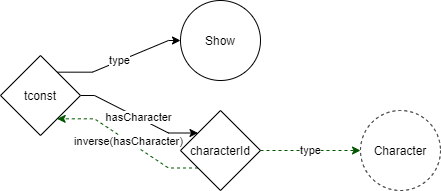
Before: ontology/images/inferences/character.png, a diagram exported from draw.io (AlexHoorn/MovieLocationsOntology). Source tidied: cells renumbered, new cells last; positions are measured from the earlier drawing's top-left corner, leaving out a move shared by most shapes. Source of this version:
```xml
<mxGraphModel>
  <root>
    <mxCell id="0" />
    <mxCell id="1" parent="0" />
    <mxCell id="2" value="Show" style="ellipse;whiteSpace=wrap;html=1;" parent="1" vertex="1">
      <mxGeometry x="180" width="80" height="80" as="geometry" />
    </mxCell>
    <mxCell id="3" value="type" style="edgeStyle=orthogonalEdgeStyle;rounded=0;jettySize=auto;html=1;noEdgeStyle=1;orthogonal=1;strokeWidth=1;" parent="1" edge="1" source="5" target="2">
      <mxGeometry relative="1" as="geometry">
        <Array as="points">
          <mxPoint x="92" y="71.7" />
          <mxPoint x="168" y="40" />
        </Array>
      </mxGeometry>
    </mxCell>
    <mxCell id="4" value="hasCharacter" style="edgeStyle=orthogonalEdgeStyle;rounded=0;jettySize=auto;html=1;noEdgeStyle=1;orthogonal=1;strokeWidth=1;" parent="1" edge="1" source="5" target="8">
      <mxGeometry relative="1" as="geometry">
        <Array as="points">
          <mxPoint x="94" y="95" />
          <mxPoint x="168" y="132.5" />
        </Array>
      </mxGeometry>
    </mxCell>
    <mxCell id="5" value="tconst" style="rhombus;whiteSpace=wrap;html=1;" parent="1" vertex="1">
      <mxGeometry y="55" width="80" height="80" as="geometry" />
    </mxCell>
    <mxCell id="6" value="type" style="edgeStyle=orthogonalEdgeStyle;rounded=0;jettySize=auto;html=1;strokeWidth=1;noEdgeStyle=1;orthogonal=1;fillColor=#008a00;strokeColor=#005700;dashed=1;" parent="1" edge="1" source="8" target="9">
      <mxGeometry relative="1" as="geometry">
        <Array as="points">
          <mxPoint x="272" y="150" />
          <mxPoint x="348" y="150" />
        </Array>
      </mxGeometry>
    </mxCell>
    <mxCell id="7" value="inverse(hasCharacter)" style="edgeStyle=orthogonalEdgeStyle;rounded=0;jettySize=auto;html=1;strokeWidth=1;noEdgeStyle=1;orthogonal=1;dashed=1;fillColor=#008a00;strokeColor=#005700;" parent="1" edge="1" source="8" target="5">
      <mxGeometry relative="1" as="geometry">
        <Array as="points">
          <mxPoint x="168" y="167.5" />
          <mxPoint x="94" y="118.3" />
        </Array>
      </mxGeometry>
    </mxCell>
    <mxCell id="8" value="characterId" style="rhombus;whiteSpace=wrap;html=1;" parent="1" vertex="1">
      <mxGeometry x="180" y="110" width="80" height="80" as="geometry" />
    </mxCell>
    <mxCell id="9" value="Character" style="ellipse;whiteSpace=wrap;html=1;dashed=1;" parent="1" vertex="1">
      <mxGeometry x="360" y="110" width="80" height="80" as="geometry" />
    </mxCell>
  </root>
</mxGraphModel>
```
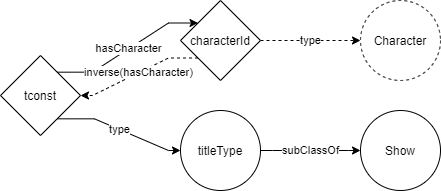
After the change.

Diff of the diagram source:
```diff
@@ -2,49 +2,60 @@
   <root>
     <mxCell id="0" />
     <mxCell id="1" parent="0" />
-    <mxCell id="2" value="Show" style="ellipse;whiteSpace=wrap;html=1;" parent="1" vertex="1">
-      <mxGeometry x="180" width="80" height="80" as="geometry" />
-    </mxCell>
-    <mxCell id="3" value="type" style="edgeStyle=orthogonalEdgeStyle;rounded=0;jettySize=auto;html=1;noEdgeStyle=1;orthogonal=1;strokeWidth=1;" parent="1" edge="1" source="5" target="2">
-      <mxGeometry relative="1" as="geometry">
-        <Array as="points">
-          <mxPoint x="92" y="71.7" />
-          <mxPoint x="168" y="40" />
-        </Array>
-      </mxGeometry>
-    </mxCell>
-    <mxCell id="4" value="hasCharacter" style="edgeStyle=orthogonalEdgeStyle;rounded=0;jettySize=auto;html=1;noEdgeStyle=1;orthogonal=1;strokeWidth=1;" parent="1" edge="1" source="5" target="8">
+    <mxCell id="4" value="hasCharacter" style="edgeStyle=orthogonalEdgeStyle;rounded=0;jettySize=auto;html=1;noEdgeStyle=1;orthogonal=1;" parent="1" edge="1" source="5" target="8">
       <mxGeometry relative="1" as="geometry">
         <Array as="points">
-          <mxPoint x="94" y="95" />
-          <mxPoint x="168" y="132.5" />
+          <mxPoint x="92" y="-103.3" />
+          <mxPoint x="168" y="-152.5" />
         </Array>
       </mxGeometry>
     </mxCell>
+    <mxCell id="10" value="type" style="edgeStyle=orthogonalEdgeStyle;rounded=0;jettySize=auto;html=1;noEdgeStyle=1;orthogonal=1;" parent="1" edge="1" source="5" target="12">
+      <mxGeometry relative="1" as="geometry">
+        <Array as="points">
+          <mxPoint x="94" y="-56.7" />
+          <mxPoint x="168" y="-25" />
+        </Array>
+      </mxGeometry>
+    </mxCell>
     <mxCell id="5" value="tconst" style="rhombus;whiteSpace=wrap;html=1;" parent="1" vertex="1">
-      <mxGeometry y="55" width="80" height="80" as="geometry" />
+      <mxGeometry y="-120" width="80" height="80" as="geometry" />
     </mxCell>
-    <mxCell id="6" value="type" style="edgeStyle=orthogonalEdgeStyle;rounded=0;jettySize=auto;html=1;strokeWidth=1;noEdgeStyle=1;orthogonal=1;fillColor=#008a00;strokeColor=#005700;dashed=1;" parent="1" edge="1" source="8" target="9">
+    <mxCell id="6" value="type" style="edgeStyle=orthogonalEdgeStyle;rounded=0;jettySize=auto;html=1;dashed=1;noEdgeStyle=1;orthogonal=1;" parent="1" edge="1" source="8" target="9">
       <mxGeometry relative="1" as="geometry">
         <Array as="points">
-          <mxPoint x="272" y="150" />
-          <mxPoint x="348" y="150" />
+          <mxPoint x="272" y="-135" />
+          <mxPoint x="348" y="-135" />
         </Array>
       </mxGeometry>
     </mxCell>
-    <mxCell id="7" value="inverse(hasCharacter)" style="edgeStyle=orthogonalEdgeStyle;rounded=0;jettySize=auto;html=1;strokeWidth=1;noEdgeStyle=1;orthogonal=1;dashed=1;fillColor=#008a00;strokeColor=#005700;" parent="1" edge="1" source="8" target="5">
+    <mxCell id="7" value="inverse(hasCharacter)" style="edgeStyle=orthogonalEdgeStyle;rounded=0;jettySize=auto;html=1;dashed=1;noEdgeStyle=1;orthogonal=1;" parent="1" edge="1" source="8" target="5">
       <mxGeometry relative="1" as="geometry">
         <Array as="points">
-          <mxPoint x="168" y="167.5" />
-          <mxPoint x="94" y="118.3" />
+          <mxPoint x="168" y="-117.5" />
+          <mxPoint x="92" y="-80" />
         </Array>
       </mxGeometry>
     </mxCell>
     <mxCell id="8" value="characterId" style="rhombus;whiteSpace=wrap;html=1;" parent="1" vertex="1">
-      <mxGeometry x="180" y="110" width="80" height="80" as="geometry" />
+      <mxGeometry x="180" y="-175" width="80" height="80" as="geometry" />
     </mxCell>
     <mxCell id="9" value="Character" style="ellipse;whiteSpace=wrap;html=1;dashed=1;" parent="1" vertex="1">
-      <mxGeometry x="360" y="110" width="80" height="80" as="geometry" />
+      <mxGeometry x="360" y="-175" width="80" height="80" as="geometry" />
     </mxCell>
+    <mxCell id="11" value="subClassOf" style="edgeStyle=orthogonalEdgeStyle;rounded=0;jettySize=auto;html=1;noEdgeStyle=1;orthogonal=1;" parent="1" edge="1" source="12" target="2">
+      <mxGeometry relative="1" as="geometry">
+        <Array as="points">
+          <mxPoint x="272" y="-25" />
+          <mxPoint x="348" y="-25" />
+        </Array>
+      </mxGeometry>
+    </mxCell>
+    <mxCell id="12" value="titleType" style="ellipse;whiteSpace=wrap;html=1;" parent="1" vertex="1">
+      <mxGeometry x="180" y="-65" width="80" height="80" as="geometry" />
+    </mxCell>
+    <mxCell id="2" value="Show" style="ellipse;whiteSpace=wrap;html=1;" parent="1" vertex="1">
+      <mxGeometry x="360" y="-65" width="80" height="80" as="geometry" />
+    </mxCell>
   </root>
 </mxGraphModel>
```
